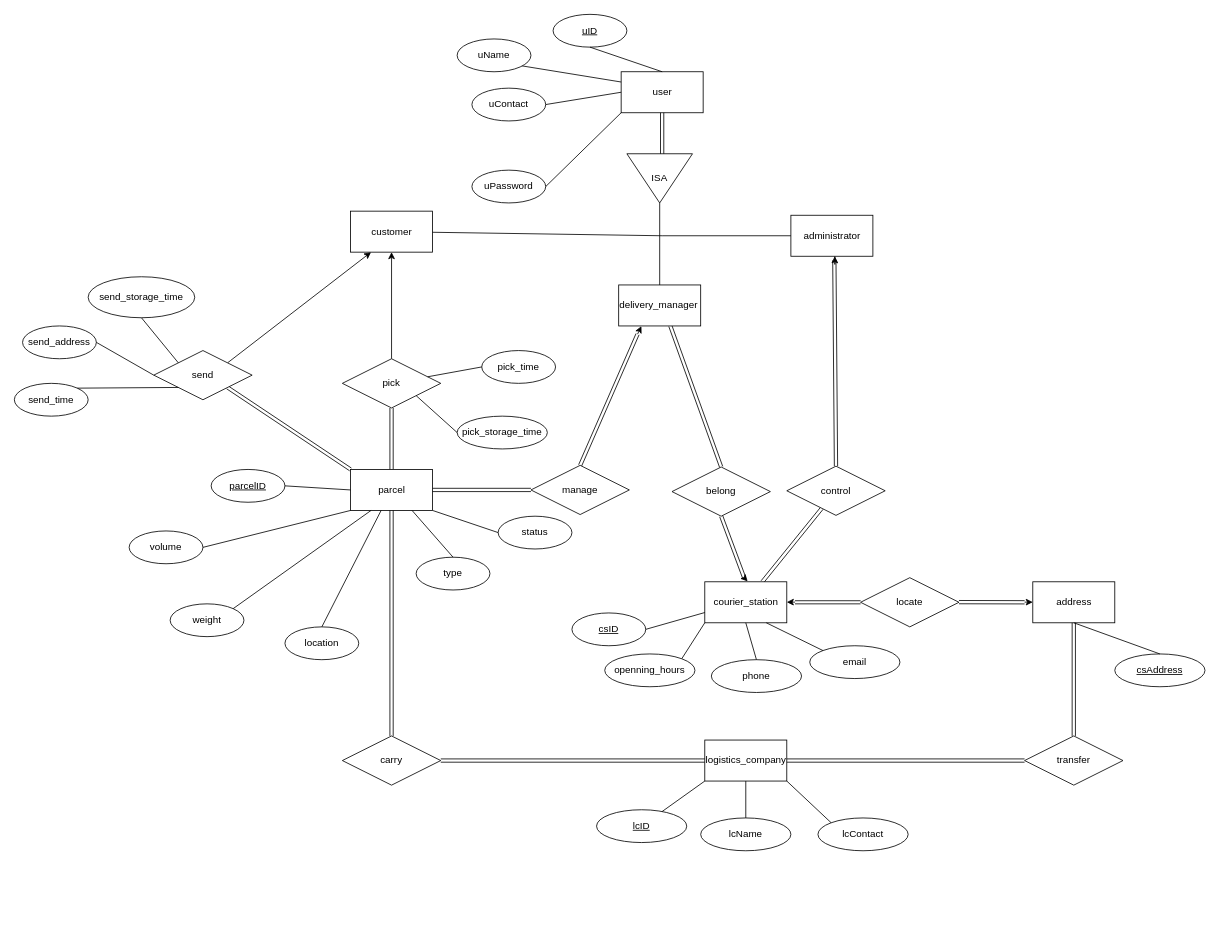
AllenYGY/DataBase-Management-System-Project keeps this draw.io diagram as Project/Draw/E-R.drawio. Above is the earlier version. Source tidied: cells renumbered, new cells numbered last; positions are measured from the earlier drawing's top-left corner, leaving out a move shared by most shapes. Both pictures are drawn from the tidied source at 82%, with x=0, y=0 at pixel (14, 14).
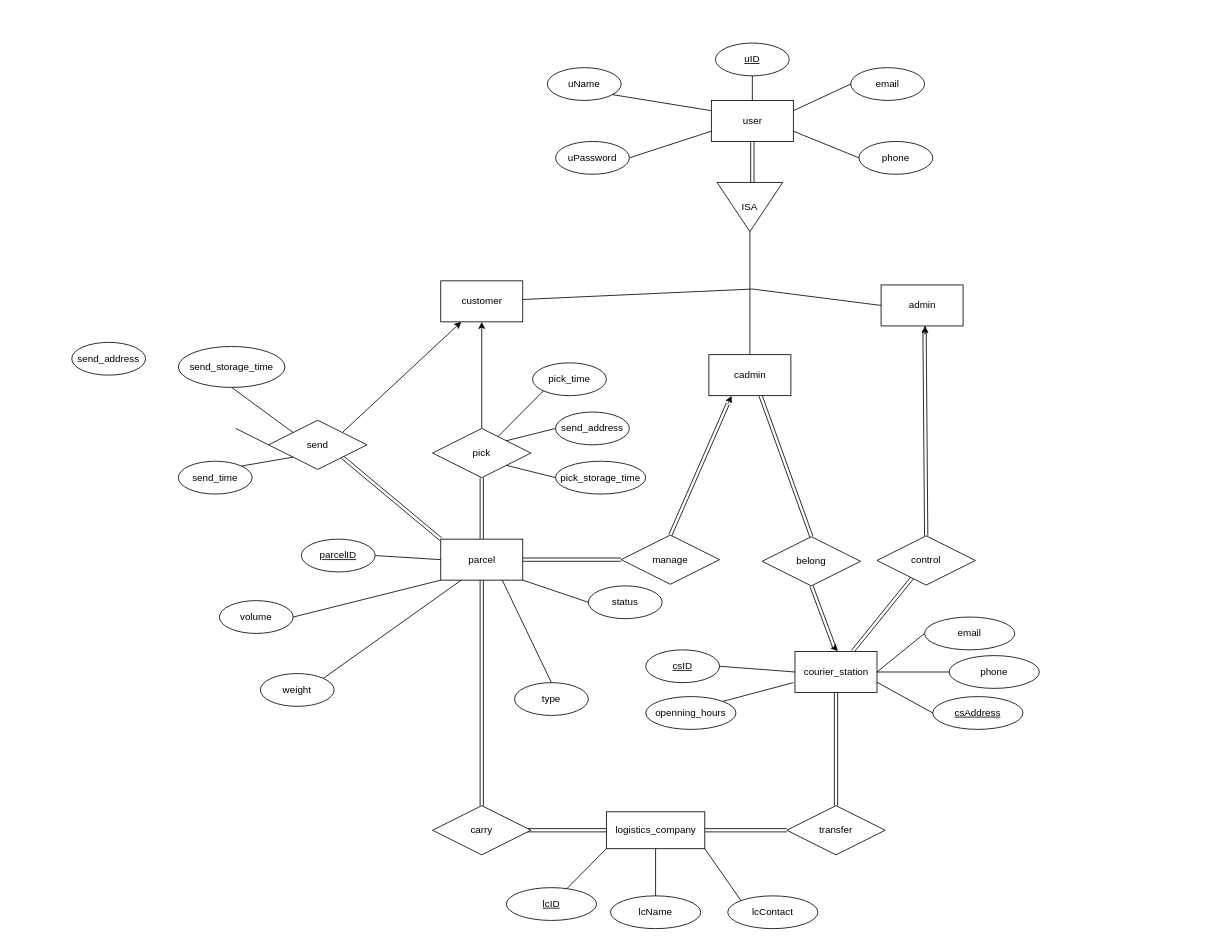
The same diagram, later.

What changed in the source:
```diff
@@
     <mxCell id="2" style="edgeStyle=none;shape=link;html=1;exitX=0.5;exitY=0;exitDx=0;exitDy=0;" parent="1" edge="1" source="20">
       <mxGeometry relative="1" as="geometry">
-        <mxPoint x="760" y="390" as="targetPoint" />
+        <mxPoint x="870" y="475" as="targetPoint" />
       </mxGeometry>
     </mxCell>
     <mxCell id="3" style="edgeStyle=none;shape=link;html=1;entryX=0.5;entryY=0;entryDx=0;entryDy=0;" parent="1" edge="1" target="5">
       <mxGeometry relative="1" as="geometry">
-        <mxPoint x="800" y="380" as="sourcePoint" />
+        <mxPoint x="910" y="465" as="sourcePoint" />
       </mxGeometry>
     </mxCell>
     <mxCell id="4" style="edgeStyle=none;shape=link;html=1;exitX=0.5;exitY=0;exitDx=0;exitDy=0;" parent="1" edge="1" source="21">
       <mxGeometry relative="1" as="geometry">
-        <mxPoint x="1000" y="300" as="targetPoint" />
+        <mxPoint x="1110" y="385" as="targetPoint" />
       </mxGeometry>
     </mxCell>
     <mxCell id="5" value="belong" style="shape=rhombus;perimeter=rhombusPerimeter;whiteSpace=wrap;html=1;align=center;" parent="1" vertex="1">
-      <mxGeometry x="802" y="552" width="120" height="60" as="geometry" />
+      <mxGeometry x="912" y="637" width="120" height="60" as="geometry" />
     </mxCell>
     <mxCell id="6" style="edgeStyle=none;shape=link;html=1;exitX=0.5;exitY=1;exitDx=0;exitDy=0;" parent="1" edge="1" source="5">
       <mxGeometry relative="1" as="geometry">
-        <mxPoint x="890" y="687" as="targetPoint" />
+        <mxPoint x="1000" y="772" as="targetPoint" />
       </mxGeometry>
     </mxCell>
@@
     <mxCell id="8" value="parcel" style="html=1;dashed=0;whitespace=wrap;" parent="1" vertex="1">
-      <mxGeometry x="410" y="555" width="100" height="50" as="geometry" />
+      <mxGeometry x="520" y="640" width="100" height="50" as="geometry" />
     </mxCell>
-    <mxCell id="9" value="locate" style="shape=rhombus;perimeter=rhombusPerimeter;whiteSpace=wrap;html=1;align=center;" parent="1" vertex="1">
-      <mxGeometry x="1032" y="687" width="120" height="60" as="geometry" />
-    </mxCell>
@@
     <mxCell id="11" value="courier_station" style="html=1;dashed=0;whitespace=wrap;" parent="1" vertex="1">
-      <mxGeometry x="842" y="692" width="100" height="50" as="geometry" />
+      <mxGeometry x="952" y="777" width="100" height="50" as="geometry" />
     </mxCell>
-    <mxCell id="12" value="address" style="html=1;dashed=0;whitespace=wrap;" parent="1" vertex="1">
-      <mxGeometry x="1242" y="692" width="100" height="50" as="geometry" />
-    </mxCell>
-    <mxCell id="13" style="shape=link;html=1;" parent="1" edge="1">
-      <mxGeometry relative="1" as="geometry">
-        <mxPoint x="1152" y="716.8" as="sourcePoint" />
-        <mxPoint x="1232" y="717" as="targetPoint" />
-      </mxGeometry>
-    </mxCell>
-    <mxCell id="14" style="endArrow=classic;html=1;" parent="1" edge="1">
-      <mxGeometry relative="1" as="geometry">
-        <mxPoint x="1232" y="716.8" as="sourcePoint" />
-        <mxPoint x="1242" y="716.8" as="targetPoint" />
-        <Array as="points">
-          <mxPoint x="1242" y="716.8" />
-        </Array>
-      </mxGeometry>
-    </mxCell>
-    <mxCell id="15" style="verticalLabelPosition=bottom;shadow=0;dashed=0;align=center;html=1;verticalAlign=top;shape=mxgraph.electrical.transmission.2_line_bus;direction=west;" parent="1" vertex="1">
-      <mxGeometry x="952" y="715.1" width="80" height="3.8" as="geometry" />
-    </mxCell>
-    <mxCell id="16" style="endArrow=classic;html=1;" parent="1" edge="1">
-      <mxGeometry relative="1" as="geometry">
-        <mxPoint x="952" y="716.8" as="sourcePoint" />
-        <mxPoint x="942" y="716.8" as="targetPoint" />
-      </mxGeometry>
-    </mxCell>
     <mxCell id="17" style="endArrow=classic;html=1;" parent="1" edge="1">
       <mxGeometry relative="1" as="geometry">
-        <mxPoint x="962" y="726.8" as="sourcePoint" />
-        <mxPoint x="962" y="727" as="targetPoint" />
+        <mxPoint x="1072" y="811.8" as="sourcePoint" />
+        <mxPoint x="1072" y="812" as="targetPoint" />
       </mxGeometry>
     </mxCell>
     <mxCell id="18" style="endArrow=classic;html=1;entryX=0.523;entryY=-0.01;entryDx=0;entryDy=0;entryPerimeter=0;" parent="1" edge="1" target="11">
       <mxGeometry relative="1" as="geometry">
-        <mxPoint x="890" y="687" as="sourcePoint" />
+        <mxPoint x="1000" y="772" as="sourcePoint" />
       </mxGeometry>
     </mxCell>
@@
     <mxCell id="20" value="manage" style="shape=rhombus;perimeter=rhombusPerimeter;whiteSpace=wrap;html=1;align=center;" parent="1" vertex="1">
-      <mxGeometry x="630" y="550" width="120" height="60" as="geometry" />
+      <mxGeometry x="740" y="635" width="120" height="60" as="geometry" />
     </mxCell>
     <mxCell id="21" value="control" style="shape=rhombus;perimeter=rhombusPerimeter;whiteSpace=wrap;html=1;align=center;" parent="1" vertex="1">
-      <mxGeometry x="942" y="551" width="120" height="60" as="geometry" />
+      <mxGeometry x="1052" y="636" width="120" height="60" as="geometry" />
     </mxCell>
@@
     <mxCell id="24" value="send" style="shape=rhombus;perimeter=rhombusPerimeter;whiteSpace=wrap;html=1;align=center;" parent="1" vertex="1">
-      <mxGeometry x="170" y="410" width="120" height="60" as="geometry" />
+      <mxGeometry x="310" y="495" width="120" height="60" as="geometry" />
     </mxCell>
@@
     <mxCell id="26" value="pick" style="shape=rhombus;perimeter=rhombusPerimeter;whiteSpace=wrap;html=1;align=center;" parent="1" vertex="1">
-      <mxGeometry x="400" y="420" width="120" height="60" as="geometry" />
+      <mxGeometry x="510" y="505" width="120" height="60" as="geometry" />
     </mxCell>
     <mxCell id="27" style="endArrow=classic;html=1;entryX=0.277;entryY=1.004;entryDx=0;entryDy=0;entryPerimeter=0;" parent="1" edge="1" target="30">
       <mxGeometry relative="1" as="geometry">
-        <mxPoint x="760" y="390" as="sourcePoint" />
+        <mxPoint x="870" y="475" as="sourcePoint" />
       </mxGeometry>
     </mxCell>
     <mxCell id="28" value="user" style="html=1;dashed=0;whitespace=wrap;" parent="1" vertex="1">
-      <mxGeometry x="740" y="70" width="100" height="50" as="geometry" />
+      <mxGeometry x="850" y="105" width="100" height="50" as="geometry" />
     </mxCell>
     <mxCell id="29" value="ISA" style="triangle;whiteSpace=wrap;html=1;direction=south;" parent="1" vertex="1">
-      <mxGeometry x="747" y="170" width="80" height="60" as="geometry" />
+      <mxGeometry x="857" y="205" width="80" height="60" as="geometry" />
     </mxCell>
-    <mxCell id="30" value="delivery_manager&amp;nbsp;" style="html=1;dashed=0;whitespace=wrap;" parent="1" vertex="1">
-      <mxGeometry x="737" y="330" width="100" height="50" as="geometry" />
+    <mxCell id="30" value="cadmin" style="html=1;dashed=0;whitespace=wrap;" parent="1" vertex="1">
+      <mxGeometry x="847" y="415" width="100" height="50" as="geometry" />
     </mxCell>
     <mxCell id="31" value="customer" style="html=1;dashed=0;whitespace=wrap;" parent="1" vertex="1">
-      <mxGeometry x="410" y="240" width="100" height="50" as="geometry" />
+      <mxGeometry x="520" y="325" width="100" height="50" as="geometry" />
     </mxCell>
-    <mxCell id="32" value="administrator" style="html=1;dashed=0;whitespace=wrap;" parent="1" vertex="1">
-      <mxGeometry x="947" y="245" width="100" height="50" as="geometry" />
+    <mxCell id="32" value="admin" style="html=1;dashed=0;whitespace=wrap;" parent="1" vertex="1">
+      <mxGeometry x="1057" y="330" width="100" height="50" as="geometry" />
     </mxCell>
     <mxCell id="33" style="endArrow=none;html=1;entryX=0;entryY=0.5;entryDx=0;entryDy=0;" parent="1" edge="1" target="32">
       <mxGeometry relative="1" as="geometry">
-        <mxPoint x="790" y="270" as="sourcePoint" />
+        <mxPoint x="900" y="335" as="sourcePoint" />
       </mxGeometry>
     </mxCell>
     <mxCell id="34" style="shape=link;html=1;exitX=0;exitY=0.5;exitDx=0;exitDy=0;entryX=0.5;entryY=1;entryDx=0;entryDy=0;" parent="1" edge="1" target="28">
       <mxGeometry relative="1" as="geometry">
-        <mxPoint x="790" y="170" as="sourcePoint" />
+        <mxPoint x="900" y="205" as="sourcePoint" />
       </mxGeometry>
     </mxCell>
     <mxCell id="35" value="&lt;u&gt;csID&lt;/u&gt;" style="ellipse;whiteSpace=wrap;html=1;align=center;" parent="1" vertex="1">
-      <mxGeometry x="680" y="730" width="90" height="40" as="geometry" />
+      <mxGeometry x="770" y="775" width="90" height="40" as="geometry" />
     </mxCell>
     <mxCell id="36" value="openning_hours" style="ellipse;whiteSpace=wrap;html=1;align=center;" parent="1" vertex="1">
-      <mxGeometry x="720" y="780" width="110" height="40" as="geometry" />
+      <mxGeometry x="770" y="832" width="110" height="40" as="geometry" />
     </mxCell>
-    <mxCell id="37" style="endArrow=none;html=1;exitX=1;exitY=0.5;exitDx=0;exitDy=0;entryX=0;entryY=0.75;entryDx=0;entryDy=0;" parent="1" edge="1" source="35" target="11">
+    <mxCell id="37" style="endArrow=none;html=1;exitX=1;exitY=0.5;exitDx=0;exitDy=0;entryX=0;entryY=0.5;entryDx=0;entryDy=0;" parent="1" edge="1" source="35" target="11">
       <mxGeometry relative="1" as="geometry" />
     </mxCell>
-    <mxCell id="38" style="endArrow=none;html=1;exitX=1;exitY=0;exitDx=0;exitDy=0;entryX=0;entryY=1;entryDx=0;entryDy=0;" parent="1" edge="1" source="36" target="11">
-      <mxGeometry relative="1" as="geometry" />
+    <mxCell id="38" style="endArrow=none;html=1;exitX=1;exitY=0;exitDx=0;exitDy=0;" parent="1" edge="1" source="36">
+      <mxGeometry relative="1" as="geometry">
+        <mxPoint x="950" y="815" as="targetPoint" />
+      </mxGeometry>
     </mxCell>
     <mxCell id="39" value="&lt;u&gt;csAddress&lt;/u&gt;" style="ellipse;whiteSpace=wrap;html=1;align=center;" parent="1" vertex="1">
-      <mxGeometry x="1342" y="780" width="110" height="40" as="geometry" />
+      <mxGeometry x="1120" y="832" width="110" height="40" as="geometry" />
     </mxCell>
     <mxCell id="40" value="&lt;u&gt;uID&lt;/u&gt;" style="ellipse;whiteSpace=wrap;html=1;align=center;" parent="1" vertex="1">
-      <mxGeometry x="657" width="90" height="40" as="geometry" />
+      <mxGeometry x="855" y="35" width="90" height="40" as="geometry" />
     </mxCell>
@@
     <mxCell id="43" value="uName" style="ellipse;whiteSpace=wrap;html=1;align=center;" parent="1" vertex="1">
-      <mxGeometry x="540" y="30" width="90" height="40" as="geometry" />
+      <mxGeometry x="650" y="65" width="90" height="40" as="geometry" />
     </mxCell>
     <mxCell id="44" value="uPassword" style="ellipse;whiteSpace=wrap;html=1;align=center;" parent="1" vertex="1">
-      <mxGeometry x="558" y="190" width="90" height="40" as="geometry" />
+      <mxGeometry x="660" y="155" width="90" height="40" as="geometry" />
     </mxCell>
-    <mxCell id="45" style="endArrow=none;html=1;entryX=1;entryY=0.5;entryDx=0;entryDy=0;exitX=0;exitY=1;exitDx=0;exitDy=0;" parent="1" edge="1" source="28" target="44">
+    <mxCell id="45" style="endArrow=none;html=1;entryX=1;entryY=0.5;entryDx=0;entryDy=0;exitX=0;exitY=0.75;exitDx=0;exitDy=0;" parent="1" edge="1" source="28" target="44">
       <mxGeometry relative="1" as="geometry" />
     </mxCell>
-    <mxCell id="46" value="uContact" style="ellipse;whiteSpace=wrap;html=1;align=center;" parent="1" vertex="1">
-      <mxGeometry x="558" y="90" width="90" height="40" as="geometry" />
+    <mxCell id="46" value="email" style="ellipse;whiteSpace=wrap;html=1;align=center;" parent="1" vertex="1">
+      <mxGeometry x="1020" y="65" width="90" height="40" as="geometry" />
     </mxCell>
-    <mxCell id="47" style="endArrow=none;html=1;exitX=1;exitY=0.5;exitDx=0;exitDy=0;entryX=0;entryY=0.5;entryDx=0;entryDy=0;" parent="1" edge="1" source="46" target="28">
-      <mxGeometry relative="1" as="geometry" />
-    </mxCell>
     <mxCell id="48" value="volume" style="ellipse;whiteSpace=wrap;html=1;align=center;" parent="1" vertex="1">
-      <mxGeometry x="140" y="630" width="90" height="40" as="geometry" />
+      <mxGeometry x="250" y="715" width="90" height="40" as="geometry" />
     </mxCell>
@@
     <mxCell id="50" value="weight" style="ellipse;whiteSpace=wrap;html=1;align=center;" parent="1" vertex="1">
-      <mxGeometry x="190" y="718.9" width="90" height="40" as="geometry" />
+      <mxGeometry x="300" y="803.9" width="90" height="40" as="geometry" />
     </mxCell>
@@
     <mxCell id="52" value="type" style="ellipse;whiteSpace=wrap;html=1;align=center;" parent="1" vertex="1">
-      <mxGeometry x="490" y="662" width="90" height="40" as="geometry" />
+      <mxGeometry x="610" y="815" width="90" height="40" as="geometry" />
     </mxCell>
@@
     <mxCell id="54" value="status" style="ellipse;whiteSpace=wrap;html=1;align=center;" parent="1" vertex="1">
-      <mxGeometry x="590" y="612" width="90" height="40" as="geometry" />
+      <mxGeometry x="700" y="697" width="90" height="40" as="geometry" />
     </mxCell>
@@
     <mxCell id="56" value="&lt;u&gt;parcelID&lt;/u&gt;" style="ellipse;whiteSpace=wrap;html=1;align=center;" parent="1" vertex="1">
-      <mxGeometry x="240" y="555" width="90" height="40" as="geometry" />
+      <mxGeometry x="350" y="640" width="90" height="40" as="geometry" />
     </mxCell>
@@
     <mxCell id="58" value="send_storage_time" style="ellipse;whiteSpace=wrap;html=1;align=center;" parent="1" vertex="1">
-      <mxGeometry x="90" y="320" width="130" height="50" as="geometry" />
+      <mxGeometry x="200" y="405" width="130" height="50" as="geometry" />
     </mxCell>
     <mxCell id="59" value="send_time" style="ellipse;whiteSpace=wrap;html=1;align=center;" parent="1" vertex="1">
-      <mxGeometry y="450" width="90" height="40" as="geometry" />
+      <mxGeometry x="200" y="545" width="90" height="40" as="geometry" />
     </mxCell>
@@
     <mxCell id="62" value="pick_time" style="ellipse;whiteSpace=wrap;html=1;align=center;" parent="1" vertex="1">
-      <mxGeometry x="570" y="410" width="90" height="40" as="geometry" />
+      <mxGeometry x="632" y="425" width="90" height="40" as="geometry" />
     </mxCell>
     <mxCell id="63" value="pick_storage_time" style="ellipse;whiteSpace=wrap;html=1;align=center;" parent="1" vertex="1">
-      <mxGeometry x="540" y="490" width="110" height="40" as="geometry" />
+      <mxGeometry x="660" y="545" width="110" height="40" as="geometry" />
     </mxCell>
-    <mxCell id="64" style="endArrow=none;html=1;exitX=0;exitY=0.5;exitDx=0;exitDy=0;" parent="1" edge="1" source="62" target="26">
+    <mxCell id="64" style="endArrow=none;html=1;exitX=0;exitY=1;exitDx=0;exitDy=0;" parent="1" edge="1" source="62" target="26">
       <mxGeometry relative="1" as="geometry" />
     </mxCell>
@@
     <mxCell id="66" value="send_address" style="ellipse;whiteSpace=wrap;html=1;align=center;" parent="1" vertex="1">
-      <mxGeometry x="10" y="380" width="90" height="40" as="geometry" />
+      <mxGeometry x="70" y="400" width="90" height="40" as="geometry" />
     </mxCell>
-    <mxCell id="67" style="endArrow=none;html=1;exitX=0;exitY=0.5;exitDx=0;exitDy=0;entryX=1;entryY=0.5;entryDx=0;entryDy=0;" parent="1" edge="1" source="24" target="66">
-      <mxGeometry relative="1" as="geometry" />
+    <mxCell id="67" style="endArrow=none;html=1;exitX=0;exitY=0.5;exitDx=0;exitDy=0;entryX=1;entryY=0.5;entryDx=0;entryDy=0;" parent="1" edge="1" source="24">
+      <mxGeometry relative="1" as="geometry">
+        <mxPoint x="270" y="505" as="targetPoint" />
+      </mxGeometry>
     </mxCell>
-    <mxCell id="68" value="location" style="ellipse;whiteSpace=wrap;html=1;align=center;" parent="1" vertex="1">
-      <mxGeometry x="330" y="747" width="90" height="40" as="geometry" />
-    </mxCell>
-    <mxCell id="69" style="endArrow=none;html=1;exitX=0.5;exitY=0;exitDx=0;exitDy=0;" parent="1" edge="1" source="68" target="8">
-      <mxGeometry relative="1" as="geometry" />
-    </mxCell>
     <mxCell id="70" style="endArrow=none;html=1;exitX=1;exitY=0.5;exitDx=0;exitDy=0;" parent="1" edge="1" source="29">
       <mxGeometry relative="1" as="geometry">
-        <mxPoint x="787" y="330" as="targetPoint" />
+        <mxPoint x="897" y="415" as="targetPoint" />
       </mxGeometry>
     </mxCell>
     <mxCell id="71" style="endArrow=none;html=1;" parent="1" edge="1" source="31">
       <mxGeometry relative="1" as="geometry">
-        <mxPoint x="790" y="270" as="targetPoint" />
+        <mxPoint x="900" y="335" as="targetPoint" />
       </mxGeometry>
     </mxCell>
     <mxCell id="72" style="endArrow=classic;html=1;rounded=0;" parent="1" edge="1">
       <mxGeometry relative="1" as="geometry">
-        <mxPoint x="1000.6" y="295" as="sourcePoint" />
-        <mxPoint x="1000.6" y="295" as="targetPoint" />
+        <mxPoint x="1110.6" y="380" as="sourcePoint" />
+        <mxPoint x="1110.6" y="380" as="targetPoint" />
         <Array as="points">
-          <mxPoint x="1000.6" y="295" />
-          <mxPoint x="1000.6" y="305" />
+          <mxPoint x="1110.6" y="380" />
+          <mxPoint x="1110.6" y="390" />
         </Array>
       </mxGeometry>
     </mxCell>
-    <mxCell id="73" style="endArrow=none;html=1;exitX=0.5;exitY=1;exitDx=0;exitDy=0;entryX=0.5;entryY=0;entryDx=0;entryDy=0;" parent="1" edge="1" source="12" target="39">
-      <mxGeometry relative="1" as="geometry" />
-    </mxCell>
     <mxCell id="74" value="phone" style="ellipse;whiteSpace=wrap;html=1;align=center;" parent="1" vertex="1">
-      <mxGeometry x="850" y="787" width="110" height="40" as="geometry" />
+      <mxGeometry x="1140" y="782" width="110" height="40" as="geometry" />
     </mxCell>
     <mxCell id="75" value="email&lt;br&gt;" style="ellipse;whiteSpace=wrap;html=1;align=center;" parent="1" vertex="1">
-      <mxGeometry x="970" y="770" width="110" height="40" as="geometry" />
+      <mxGeometry x="1110" y="735" width="110" height="40" as="geometry" />
     </mxCell>
-    <mxCell id="76" style="endArrow=none;html=1;exitX=0.5;exitY=0;exitDx=0;exitDy=0;entryX=0.5;entryY=1;entryDx=0;entryDy=0;" parent="1" edge="1" source="74" target="11">
-      <mxGeometry relative="1" as="geometry" />
-    </mxCell>
-    <mxCell id="77" style="endArrow=none;html=1;exitX=0;exitY=0;exitDx=0;exitDy=0;entryX=0.75;entryY=1;entryDx=0;entryDy=0;" parent="1" edge="1" source="75" target="11">
-      <mxGeometry relative="1" as="geometry" />
-    </mxCell>
-    <mxCell id="78" style="edgeStyle=none;shape=link;html=1;exitX=0.5;exitY=0;exitDx=0;exitDy=0;entryX=0.5;entryY=1;entryDx=0;entryDy=0;" parent="1" edge="1" source="79" target="12">
+    <mxCell id="78" style="edgeStyle=none;shape=link;html=1;exitX=0.5;exitY=0;exitDx=0;exitDy=0;entryX=0.5;entryY=1;entryDx=0;entryDy=0;" parent="1" edge="1" source="79" target="11">
       <mxGeometry relative="1" as="geometry" />
     </mxCell>
     <mxCell id="79" value="transfer" style="shape=rhombus;perimeter=rhombusPerimeter;whiteSpace=wrap;html=1;align=center;" parent="1" vertex="1">
-      <mxGeometry x="1232" y="880" width="120" height="60" as="geometry" />
+      <mxGeometry x="942" y="965" width="120" height="60" as="geometry" />
     </mxCell>
     <mxCell id="80" value="logistics_company" style="html=1;dashed=0;whitespace=wrap;" parent="1" vertex="1">
-      <mxGeometry x="842" y="885" width="100" height="50" as="geometry" />
+      <mxGeometry x="722" y="972.5" width="120" height="45" as="geometry" />
     </mxCell>
@@
     <mxCell id="82" style="endArrow=classic;html=1;" parent="1" edge="1">
       <mxGeometry relative="1" as="geometry">
-        <mxPoint x="950" y="939.8" as="sourcePoint" />
-        <mxPoint x="950" y="940" as="targetPoint" />
+        <mxPoint x="1030" y="1024.8" as="sourcePoint" />
+        <mxPoint x="1030" y="1025" as="targetPoint" />
       </mxGeometry>
     </mxCell>
-    <mxCell id="83" style="edgeStyle=none;shape=link;html=1;exitX=1;exitY=0.5;exitDx=0;exitDy=0;entryX=0;entryY=0.5;entryDx=0;entryDy=0;" parent="1" edge="1" source="85" target="80">
-      <mxGeometry relative="1" as="geometry" />
+    <mxCell id="83" style="edgeStyle=none;shape=link;html=1;exitX=1;exitY=0.5;exitDx=0;exitDy=0;entryX=0;entryY=0.5;entryDx=0;entryDy=0;" parent="1" edge="1" target="80">
+      <mxGeometry relative="1" as="geometry">
+        <mxPoint x="600" y="995" as="sourcePoint" />
+      </mxGeometry>
     </mxCell>
@@
     <mxCell id="85" value="carry" style="shape=rhombus;perimeter=rhombusPerimeter;whiteSpace=wrap;html=1;align=center;" parent="1" vertex="1">
-      <mxGeometry x="400" y="880" width="120" height="60" as="geometry" />
+      <mxGeometry x="510" y="965" width="120" height="60" as="geometry" />
     </mxCell>
     <mxCell id="86" value="&lt;u&gt;lcID&lt;/u&gt;" style="ellipse;whiteSpace=wrap;html=1;align=center;" parent="1" vertex="1">
-      <mxGeometry x="710" y="970" width="110" height="40" as="geometry" />
+      <mxGeometry x="600" y="1065" width="110" height="40" as="geometry" />
     </mxCell>
     <mxCell id="87" value="lcName" style="ellipse;whiteSpace=wrap;html=1;align=center;" parent="1" vertex="1">
-      <mxGeometry x="837" y="980" width="110" height="40" as="geometry" />
+      <mxGeometry x="727" y="1075" width="110" height="40" as="geometry" />
     </mxCell>
     <mxCell id="88" value="lcContact" style="ellipse;whiteSpace=wrap;html=1;align=center;" parent="1" vertex="1">
-      <mxGeometry x="980" y="980" width="110" height="40" as="geometry" />
+      <mxGeometry x="870" y="1075" width="110" height="40" as="geometry" />
     </mxCell>
@@
+    <mxCell id="92" style="endArrow=none;html=1;exitX=1;exitY=0.5;exitDx=0;exitDy=0;entryX=0;entryY=0.5;entryDx=0;entryDy=0;" parent="1" edge="1" source="11" target="75">
+      <mxGeometry relative="1" as="geometry" />
+    </mxCell>
+    <mxCell id="93" style="endArrow=none;html=1;exitX=1;exitY=0.75;exitDx=0;exitDy=0;entryX=0;entryY=0.5;entryDx=0;entryDy=0;" parent="1" edge="1" source="11" target="39">
+      <mxGeometry relative="1" as="geometry" />
+    </mxCell>
+    <mxCell id="94" style="endArrow=none;html=1;exitX=1;exitY=0.5;exitDx=0;exitDy=0;entryX=0;entryY=0.5;entryDx=0;entryDy=0;" parent="1" edge="1" source="11" target="74">
+      <mxGeometry relative="1" as="geometry" />
+    </mxCell>
+    <mxCell id="95" style="endArrow=none;html=1;exitX=1;exitY=0.25;exitDx=0;exitDy=0;entryX=0;entryY=0.5;entryDx=0;entryDy=0;" parent="1" edge="1" source="28" target="46">
+      <mxGeometry relative="1" as="geometry" />
+    </mxCell>
+    <mxCell id="96" value="phone" style="ellipse;whiteSpace=wrap;html=1;align=center;" parent="1" vertex="1">
+      <mxGeometry x="1030" y="155" width="90" height="40" as="geometry" />
+    </mxCell>
+    <mxCell id="97" style="endArrow=none;html=1;exitX=1;exitY=0.75;exitDx=0;exitDy=0;entryX=0;entryY=0.5;entryDx=0;entryDy=0;" parent="1" edge="1" source="28" target="96">
+      <mxGeometry relative="1" as="geometry" />
+    </mxCell>
+    <mxCell id="98" value="send_address" style="ellipse;whiteSpace=wrap;html=1;align=center;" parent="1" vertex="1">
+      <mxGeometry x="660" y="485" width="90" height="40" as="geometry" />
+    </mxCell>
+    <mxCell id="99" style="endArrow=none;html=1;exitX=0;exitY=0.5;exitDx=0;exitDy=0;entryX=1;entryY=0;entryDx=0;entryDy=0;" parent="1" edge="1" source="98" target="26">
+      <mxGeometry relative="1" as="geometry" />
+    </mxCell>
```
